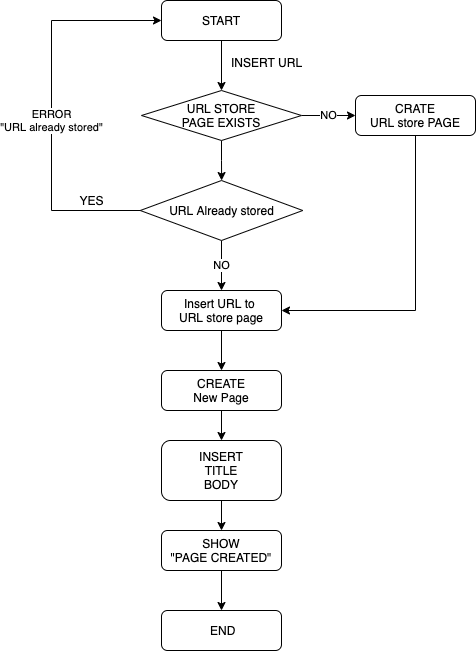
This is src/img/Architecture.png from ko-watanabe/scrapbox_search_engine, a draw.io export, as it was before one commit. Source tidied: cells renumbered, new cells last; positions are measured from the earlier drawing's top-left corner, leaving out a move shared by most shapes. The source it was exported from:
```xml
<mxGraphModel>
  <root>
    <mxCell id="0" />
    <mxCell id="1" parent="0" />
    <mxCell id="2" style="edgeStyle=orthogonalEdgeStyle;rounded=0;jettySize=auto;html=1;exitX=0.5;exitY=1;exitDx=0;exitDy=0;entryX=0.5;entryY=0;entryDx=0;entryDy=0;" parent="1" edge="1" source="3" target="9">
      <mxGeometry relative="1" as="geometry" />
    </mxCell>
    <mxCell id="3" value="START" style="rounded=1;whiteSpace=wrap;html=1;fontSize=12;glass=0;strokeWidth=1;shadow=0;" parent="1" vertex="1">
      <mxGeometry x="110" width="120" height="40" as="geometry" />
    </mxCell>
    <mxCell id="4" style="edgeStyle=orthogonalEdgeStyle;rounded=0;jettySize=auto;html=1;exitX=0.5;exitY=1;exitDx=0;exitDy=0;entryX=1;entryY=0.5;entryDx=0;entryDy=0;" parent="1" edge="1" source="5" target="14">
      <mxGeometry relative="1" as="geometry" />
    </mxCell>
    <mxCell id="5" value="CRATE&lt;br&gt;URL store PAGE" style="rounded=1;whiteSpace=wrap;html=1;fontSize=12;glass=0;strokeWidth=1;shadow=0;" parent="1" vertex="1">
      <mxGeometry x="304" y="95" width="120" height="40" as="geometry" />
    </mxCell>
    <mxCell id="6" value="INSERT URL" style="text;html=1;align=center;verticalAlign=middle;strokeColor=none;" parent="1" vertex="1">
      <mxGeometry x="170" y="52" width="90" height="20" as="geometry" />
    </mxCell>
    <mxCell id="7" value="NO" style="edgeStyle=orthogonalEdgeStyle;rounded=0;jettySize=auto;html=1;exitX=1;exitY=0.5;exitDx=0;exitDy=0;entryX=0;entryY=0.5;entryDx=0;entryDy=0;" parent="1" edge="1" source="9" target="5">
      <mxGeometry relative="1" as="geometry" />
    </mxCell>
    <mxCell id="8" style="edgeStyle=orthogonalEdgeStyle;rounded=0;jettySize=auto;html=1;exitX=0.5;exitY=1;exitDx=0;exitDy=0;" parent="1" edge="1" source="9" target="12">
      <mxGeometry relative="1" as="geometry" />
    </mxCell>
    <mxCell id="9" value="URL STORE&lt;br&gt;PAGE EXISTS" style="rhombus;whiteSpace=wrap;html=1;" parent="1" vertex="1">
      <mxGeometry x="90" y="90" width="160" height="50" as="geometry" />
    </mxCell>
    <mxCell id="10" value="ERROR&lt;br&gt;&quot;URL already stored&quot;" style="edgeStyle=orthogonalEdgeStyle;rounded=0;jettySize=auto;html=1;exitX=0;exitY=0.5;exitDx=0;exitDy=0;entryX=0;entryY=0.5;entryDx=0;entryDy=0;" parent="1" edge="1" source="12" target="3">
      <mxGeometry x="-0.08" relative="1" as="geometry">
        <Array as="points">
          <mxPoint y="210" />
          <mxPoint y="20" />
        </Array>
      </mxGeometry>
    </mxCell>
    <mxCell id="11" value="NO" style="edgeStyle=orthogonalEdgeStyle;rounded=0;jettySize=auto;html=1;exitX=0.5;exitY=1;exitDx=0;exitDy=0;entryX=0.5;entryY=0;entryDx=0;entryDy=0;" parent="1" edge="1" source="12" target="14">
      <mxGeometry relative="1" as="geometry" />
    </mxCell>
    <mxCell id="12" value="URL Already stored" style="rhombus;whiteSpace=wrap;html=1;" parent="1" vertex="1">
      <mxGeometry x="88.8" y="180" width="162.5" height="60" as="geometry" />
    </mxCell>
    <mxCell id="13" style="edgeStyle=orthogonalEdgeStyle;rounded=0;jettySize=auto;html=1;exitX=0.5;exitY=1;exitDx=0;exitDy=0;entryX=0.5;entryY=0;entryDx=0;entryDy=0;" parent="1" edge="1" source="14" target="17">
      <mxGeometry relative="1" as="geometry" />
    </mxCell>
    <mxCell id="14" value="Insert URL to &lt;br&gt;URL store page" style="rounded=1;whiteSpace=wrap;html=1;fontSize=12;glass=0;strokeWidth=1;shadow=0;" parent="1" vertex="1">
      <mxGeometry x="110" y="290" width="120" height="40" as="geometry" />
    </mxCell>
    <mxCell id="15" value="YES" style="text;html=1;align=center;verticalAlign=middle;strokeColor=none;" parent="1" vertex="1">
      <mxGeometry x="20" y="190" width="40" height="20" as="geometry" />
    </mxCell>
    <mxCell id="16" style="edgeStyle=orthogonalEdgeStyle;rounded=0;jettySize=auto;html=1;exitX=0.5;exitY=1;exitDx=0;exitDy=0;entryX=0.5;entryY=0;entryDx=0;entryDy=0;" parent="1" edge="1" source="17" target="19">
      <mxGeometry relative="1" as="geometry" />
    </mxCell>
    <mxCell id="17" value="CREATE&lt;br&gt;New Page" style="rounded=1;whiteSpace=wrap;html=1;fontSize=12;glass=0;strokeWidth=1;shadow=0;" parent="1" vertex="1">
      <mxGeometry x="110" y="370" width="120" height="40" as="geometry" />
    </mxCell>
    <mxCell id="18" style="edgeStyle=orthogonalEdgeStyle;rounded=0;jettySize=auto;html=1;exitX=0.5;exitY=1;exitDx=0;exitDy=0;entryX=0.5;entryY=0;entryDx=0;entryDy=0;" parent="1" edge="1" source="19" target="21">
      <mxGeometry relative="1" as="geometry" />
    </mxCell>
    <mxCell id="19" value="INSERT&lt;br&gt;TITLE&lt;br&gt;BODY" style="rounded=1;whiteSpace=wrap;html=1;fontSize=12;glass=0;strokeWidth=1;shadow=0;" parent="1" vertex="1">
      <mxGeometry x="110" y="440" width="120" height="60" as="geometry" />
    </mxCell>
    <mxCell id="20" style="edgeStyle=orthogonalEdgeStyle;rounded=0;jettySize=auto;html=1;exitX=0.5;exitY=1;exitDx=0;exitDy=0;entryX=0.5;entryY=0;entryDx=0;entryDy=0;" parent="1" edge="1" source="21" target="22">
      <mxGeometry relative="1" as="geometry" />
    </mxCell>
    <mxCell id="21" value="SHOW&lt;br&gt;&quot;PAGE CREATED&quot;" style="rounded=1;whiteSpace=wrap;html=1;fontSize=12;glass=0;strokeWidth=1;shadow=0;" parent="1" vertex="1">
      <mxGeometry x="110" y="530" width="120" height="40" as="geometry" />
    </mxCell>
    <mxCell id="22" value="&amp;nbsp;END" style="rounded=1;whiteSpace=wrap;html=1;fontSize=12;glass=0;strokeWidth=1;shadow=0;" parent="1" vertex="1">
      <mxGeometry x="110" y="610" width="120" height="40" as="geometry" />
    </mxCell>
  </root>
</mxGraphModel>
```
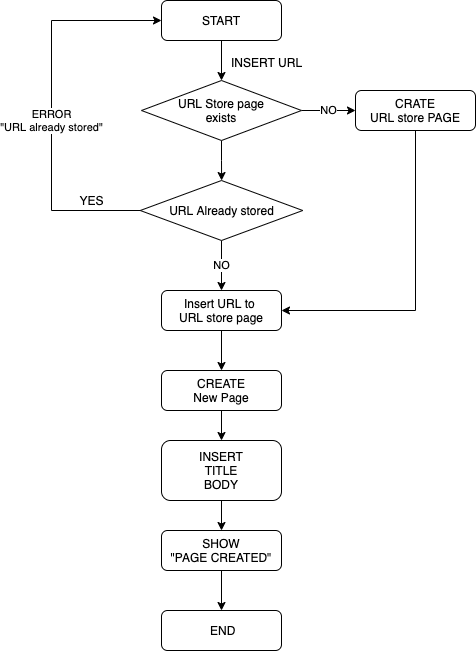
Later version of the same file.

Commit message:
REPLACE - system flow image

What changed in the source:
```diff
@@ -12,7 +12,7 @@
       <mxGeometry relative="1" as="geometry" />
     </mxCell>
     <mxCell id="5" value="CRATE&lt;br&gt;URL store PAGE" style="rounded=1;whiteSpace=wrap;html=1;fontSize=12;glass=0;strokeWidth=1;shadow=0;" parent="1" vertex="1">
-      <mxGeometry x="304" y="95" width="120" height="40" as="geometry" />
+      <mxGeometry x="304" y="90" width="120" height="40" as="geometry" />
     </mxCell>
     <mxCell id="6" value="INSERT URL" style="text;html=1;align=center;verticalAlign=middle;strokeColor=none;" parent="1" vertex="1">
       <mxGeometry x="170" y="52" width="90" height="20" as="geometry" />
@@ -23,8 +23,8 @@
     <mxCell id="8" style="edgeStyle=orthogonalEdgeStyle;rounded=0;jettySize=auto;html=1;exitX=0.5;exitY=1;exitDx=0;exitDy=0;" parent="1" edge="1" source="9" target="12">
       <mxGeometry relative="1" as="geometry" />
     </mxCell>
-    <mxCell id="9" value="URL STORE&lt;br&gt;PAGE EXISTS" style="rhombus;whiteSpace=wrap;html=1;" parent="1" vertex="1">
-      <mxGeometry x="90" y="90" width="160" height="50" as="geometry" />
+    <mxCell id="9" value="URL Store page&lt;br&gt;exists" style="rhombus;whiteSpace=wrap;html=1;" parent="1" vertex="1">
+      <mxGeometry x="90" y="80" width="160" height="60" as="geometry" />
     </mxCell>
     <mxCell id="10" value="ERROR&lt;br&gt;&quot;URL already stored&quot;" style="edgeStyle=orthogonalEdgeStyle;rounded=0;jettySize=auto;html=1;exitX=0;exitY=0.5;exitDx=0;exitDy=0;entryX=0;entryY=0.5;entryDx=0;entryDy=0;" parent="1" edge="1" source="12" target="3">
       <mxGeometry x="-0.08" relative="1" as="geometry">
```
